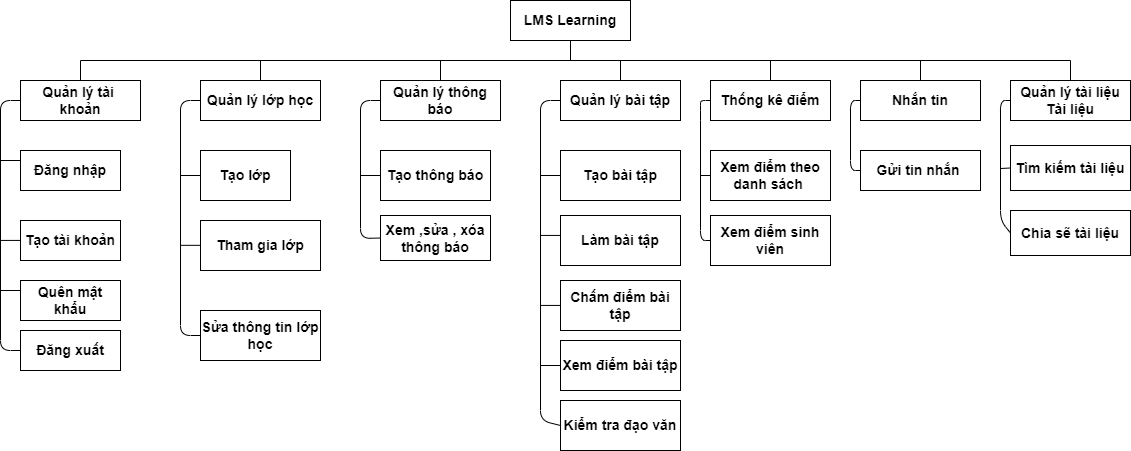
Above: Baocao/bfd.drawio.png in PTH-IT/DATN (draw.io), before the change. Source tidied: cells renumbered, new cells last; positions are measured from the earlier drawing's top-left corner, leaving out a move shared by most shapes. The source it was exported from:
```xml
<mxGraphModel>
  <root>
    <mxCell id="0" />
    <mxCell id="1" parent="0" />
    <mxCell id="2" value="LMS Learning" style="rounded=0;whiteSpace=wrap;html=1;fontStyle=1;fontSize=14;" parent="1" vertex="1">
      <mxGeometry x="510" width="120" height="40" as="geometry" />
    </mxCell>
    <mxCell id="3" value="Quản lý tài&amp;nbsp; khoản" style="rounded=0;whiteSpace=wrap;html=1;fontStyle=1;fontSize=14;" parent="1" vertex="1">
      <mxGeometry x="20" y="80" width="120" height="40" as="geometry" />
    </mxCell>
    <mxCell id="4" value="Quản lý lớp học" style="rounded=0;whiteSpace=wrap;html=1;fontStyle=1;fontSize=14;" parent="1" vertex="1">
      <mxGeometry x="200" y="80" width="120" height="40" as="geometry" />
    </mxCell>
    <mxCell id="5" value="Quản lý thông báo" style="rounded=0;whiteSpace=wrap;html=1;fontStyle=1;fontSize=14;" parent="1" vertex="1">
      <mxGeometry x="380" y="80" width="120" height="40" as="geometry" />
    </mxCell>
    <mxCell id="6" value="Quản lý bài tập" style="rounded=0;whiteSpace=wrap;html=1;fontStyle=1;fontSize=14;" parent="1" vertex="1">
      <mxGeometry x="560" y="80" width="120" height="40" as="geometry" />
    </mxCell>
    <mxCell id="7" value="Thống kê điểm" style="rounded=0;whiteSpace=wrap;html=1;fontStyle=1;fontSize=14;" parent="1" vertex="1">
      <mxGeometry x="710" y="80" width="120" height="40" as="geometry" />
    </mxCell>
    <mxCell id="8" value="Nhắn tin" style="rounded=0;whiteSpace=wrap;html=1;fontStyle=1;fontSize=14;" parent="1" vertex="1">
      <mxGeometry x="860" y="80" width="120" height="40" as="geometry" />
    </mxCell>
    <mxCell id="9" value="Quản lý tài liệu Tài liệu" style="rounded=0;whiteSpace=wrap;html=1;fontStyle=1;fontSize=14;" parent="1" vertex="1">
      <mxGeometry x="1010" y="80" width="120" height="40" as="geometry" />
    </mxCell>
    <mxCell id="10" style="endArrow=none;html=1;fontStyle=1;fontSize=14;" parent="1" edge="1">
      <mxGeometry relative="1" as="geometry">
        <mxPoint x="80" y="60" as="sourcePoint" />
        <mxPoint x="1070" y="60" as="targetPoint" />
      </mxGeometry>
    </mxCell>
    <mxCell id="11" style="endArrow=none;html=1;fontStyle=1;fontSize=14;" parent="1" edge="1" source="3">
      <mxGeometry relative="1" as="geometry">
        <mxPoint x="80" y="60" as="targetPoint" />
      </mxGeometry>
    </mxCell>
    <mxCell id="12" style="endArrow=none;html=1;entryX=0.5;entryY=0;entryDx=0;entryDy=0;fontStyle=1;fontSize=14;" parent="1" edge="1" target="9">
      <mxGeometry relative="1" as="geometry">
        <mxPoint x="1070" y="60" as="sourcePoint" />
      </mxGeometry>
    </mxCell>
    <mxCell id="13" style="endArrow=none;html=1;entryX=0.5;entryY=1;entryDx=0;entryDy=0;fontStyle=1;fontSize=14;" parent="1" edge="1" target="2">
      <mxGeometry relative="1" as="geometry">
        <mxPoint x="570" y="60" as="sourcePoint" />
      </mxGeometry>
    </mxCell>
    <mxCell id="14" style="endArrow=none;html=1;fontStyle=1;fontSize=14;" parent="1" edge="1" source="4">
      <mxGeometry relative="1" as="geometry">
        <mxPoint x="260" y="60" as="targetPoint" />
      </mxGeometry>
    </mxCell>
    <mxCell id="15" style="endArrow=none;html=1;entryX=0.5;entryY=0;entryDx=0;entryDy=0;fontStyle=1;fontSize=14;" parent="1" edge="1" target="5">
      <mxGeometry relative="1" as="geometry">
        <mxPoint x="440" y="60" as="sourcePoint" />
      </mxGeometry>
    </mxCell>
    <mxCell id="16" style="endArrow=none;html=1;exitX=0.5;exitY=0;exitDx=0;exitDy=0;fontStyle=1;fontSize=14;" parent="1" edge="1" source="6">
      <mxGeometry relative="1" as="geometry">
        <mxPoint x="620" y="60" as="targetPoint" />
      </mxGeometry>
    </mxCell>
    <mxCell id="17" style="endArrow=none;html=1;entryX=0.5;entryY=0;entryDx=0;entryDy=0;fontStyle=1;fontSize=14;" parent="1" edge="1" target="7">
      <mxGeometry relative="1" as="geometry">
        <mxPoint x="770" y="60" as="sourcePoint" />
      </mxGeometry>
    </mxCell>
    <mxCell id="18" style="endArrow=none;html=1;exitX=0.5;exitY=0;exitDx=0;exitDy=0;fontStyle=1;fontSize=14;" parent="1" edge="1" source="8">
      <mxGeometry relative="1" as="geometry">
        <mxPoint x="920" y="60" as="targetPoint" />
      </mxGeometry>
    </mxCell>
    <mxCell id="19" value="Đăng nhập" style="rounded=0;whiteSpace=wrap;html=1;fontStyle=1;fontSize=14;" parent="1" vertex="1">
      <mxGeometry x="20" y="150" width="100" height="40" as="geometry" />
    </mxCell>
    <mxCell id="20" value="Đăng xuất" style="rounded=0;whiteSpace=wrap;html=1;fontStyle=1;fontSize=14;" parent="1" vertex="1">
      <mxGeometry x="20" y="330" width="100" height="40" as="geometry" />
    </mxCell>
    <mxCell id="21" value="Tạo tài khoản" style="rounded=0;whiteSpace=wrap;html=1;fontStyle=1;fontSize=14;" parent="1" vertex="1">
      <mxGeometry x="20" y="220" width="100" height="40" as="geometry" />
    </mxCell>
    <mxCell id="22" value="Quên mật khẩu" style="rounded=0;whiteSpace=wrap;html=1;fontStyle=1;fontSize=14;" parent="1" vertex="1">
      <mxGeometry x="20" y="280" width="100" height="40" as="geometry" />
    </mxCell>
    <mxCell id="23" value="Tạo lớp" style="rounded=0;whiteSpace=wrap;html=1;fontStyle=1;fontSize=14;" parent="1" vertex="1">
      <mxGeometry x="200" y="150" width="90" height="50" as="geometry" />
    </mxCell>
    <mxCell id="24" value="Tham gia lớp" style="rounded=0;whiteSpace=wrap;html=1;fontStyle=1;fontSize=14;" parent="1" vertex="1">
      <mxGeometry x="200" y="220" width="120" height="50" as="geometry" />
    </mxCell>
    <mxCell id="25" value="Tạo thông báo" style="rounded=0;whiteSpace=wrap;html=1;fontStyle=1;fontSize=14;" parent="1" vertex="1">
      <mxGeometry x="380" y="150" width="110" height="50" as="geometry" />
    </mxCell>
    <mxCell id="26" value="Xem ,sửa , xóa thông báo" style="rounded=0;whiteSpace=wrap;html=1;fontStyle=1;fontSize=14;" parent="1" vertex="1">
      <mxGeometry x="380" y="215" width="110" height="45" as="geometry" />
    </mxCell>
    <mxCell id="27" value="Tạo bài tập" style="rounded=0;whiteSpace=wrap;html=1;fontStyle=1;fontSize=14;" parent="1" vertex="1">
      <mxGeometry x="560" y="150" width="120" height="50" as="geometry" />
    </mxCell>
    <mxCell id="28" value="Làm bài tập" style="rounded=0;whiteSpace=wrap;html=1;fontStyle=1;fontSize=14;" parent="1" vertex="1">
      <mxGeometry x="560" y="215" width="120" height="50" as="geometry" />
    </mxCell>
    <mxCell id="29" value="Chấm điểm bài tập" style="rounded=0;whiteSpace=wrap;html=1;fontStyle=1;fontSize=14;" parent="1" vertex="1">
      <mxGeometry x="560" y="280" width="120" height="50" as="geometry" />
    </mxCell>
    <mxCell id="30" value="Xem điểm theo danh sách&amp;nbsp;" style="rounded=0;whiteSpace=wrap;html=1;fontStyle=1;fontSize=14;" parent="1" vertex="1">
      <mxGeometry x="710" y="150" width="120" height="50" as="geometry" />
    </mxCell>
    <mxCell id="31" value="Xem điểm sinh viên" style="rounded=0;whiteSpace=wrap;html=1;fontStyle=1;fontSize=14;" parent="1" vertex="1">
      <mxGeometry x="710" y="215" width="120" height="50" as="geometry" />
    </mxCell>
    <mxCell id="32" value="Xem điểm bài tập" style="rounded=0;whiteSpace=wrap;html=1;fontStyle=1;fontSize=14;" parent="1" vertex="1">
      <mxGeometry x="560" y="340" width="120" height="50" as="geometry" />
    </mxCell>
    <mxCell id="33" value="Gửi tin nhắn&amp;nbsp;" style="rounded=0;whiteSpace=wrap;html=1;fontStyle=1;fontSize=14;" parent="1" vertex="1">
      <mxGeometry x="860" y="150" width="120" height="40" as="geometry" />
    </mxCell>
    <mxCell id="34" value="Tìm kiếm tài liệu" style="rounded=0;whiteSpace=wrap;html=1;fontStyle=1;fontSize=14;" parent="1" vertex="1">
      <mxGeometry x="1010" y="145" width="120" height="45" as="geometry" />
    </mxCell>
    <mxCell id="35" style="endArrow=none;html=1;entryX=0;entryY=0.5;entryDx=0;entryDy=0;exitX=0;exitY=0.5;exitDx=0;exitDy=0;fontStyle=1;fontSize=14;" parent="1" edge="1" source="20" target="3">
      <mxGeometry relative="1" as="geometry">
        <Array as="points">
          <mxPoint y="350" />
          <mxPoint y="100" />
        </Array>
      </mxGeometry>
    </mxCell>
    <mxCell id="36" style="endArrow=none;html=1;exitX=0;exitY=0.25;exitDx=0;exitDy=0;fontStyle=1;fontSize=14;" parent="1" edge="1" source="19">
      <mxGeometry relative="1" as="geometry">
        <mxPoint y="160" as="targetPoint" />
      </mxGeometry>
    </mxCell>
    <mxCell id="37" style="endArrow=none;html=1;exitX=0;exitY=0.25;exitDx=0;exitDy=0;fontStyle=1;fontSize=14;" parent="1" edge="1">
      <mxGeometry relative="1" as="geometry">
        <mxPoint x="20" y="239.9" as="sourcePoint" />
        <mxPoint y="239.9" as="targetPoint" />
      </mxGeometry>
    </mxCell>
    <mxCell id="38" style="endArrow=none;html=1;exitX=0;exitY=0.25;exitDx=0;exitDy=0;fontStyle=1;fontSize=14;" parent="1" edge="1">
      <mxGeometry relative="1" as="geometry">
        <mxPoint x="20" y="290" as="sourcePoint" />
        <mxPoint y="290" as="targetPoint" />
      </mxGeometry>
    </mxCell>
    <mxCell id="39" style="endArrow=none;html=1;entryX=0;entryY=0.5;entryDx=0;entryDy=0;exitX=0;exitY=0.5;exitDx=0;exitDy=0;fontStyle=1;fontSize=14;" parent="1" edge="1" source="51" target="4">
      <mxGeometry relative="1" as="geometry">
        <Array as="points">
          <mxPoint x="180" y="335" />
          <mxPoint x="180" y="100" />
        </Array>
      </mxGeometry>
    </mxCell>
    <mxCell id="40" style="endArrow=none;html=1;entryX=0;entryY=0.5;entryDx=0;entryDy=0;exitX=0;exitY=0.5;exitDx=0;exitDy=0;fontStyle=1;fontSize=14;" parent="1" edge="1" source="26" target="5">
      <mxGeometry relative="1" as="geometry">
        <Array as="points">
          <mxPoint x="360" y="238" />
          <mxPoint x="360" y="100" />
        </Array>
      </mxGeometry>
    </mxCell>
    <mxCell id="41" style="endArrow=none;html=1;entryX=0;entryY=0.5;entryDx=0;entryDy=0;exitX=0;exitY=0.5;exitDx=0;exitDy=0;fontStyle=1;fontSize=14;" parent="1" edge="1" source="53" target="6">
      <mxGeometry relative="1" as="geometry">
        <Array as="points">
          <mxPoint x="540" y="420" />
          <mxPoint x="540" y="100" />
        </Array>
      </mxGeometry>
    </mxCell>
    <mxCell id="42" style="endArrow=none;html=1;entryX=0;entryY=0.5;entryDx=0;entryDy=0;exitX=0;exitY=0.5;exitDx=0;exitDy=0;fontStyle=1;fontSize=14;" parent="1" edge="1" source="31" target="7">
      <mxGeometry relative="1" as="geometry">
        <Array as="points">
          <mxPoint x="700" y="240" />
          <mxPoint x="700" y="110" />
          <mxPoint x="700" y="100" />
        </Array>
      </mxGeometry>
    </mxCell>
    <mxCell id="43" style="endArrow=none;html=1;entryX=0;entryY=0.5;entryDx=0;entryDy=0;exitX=0;exitY=0.5;exitDx=0;exitDy=0;fontStyle=1;fontSize=14;" parent="1" edge="1" source="33" target="8">
      <mxGeometry relative="1" as="geometry">
        <Array as="points">
          <mxPoint x="850" y="170" />
          <mxPoint x="850" y="100" />
        </Array>
      </mxGeometry>
    </mxCell>
    <mxCell id="44" style="endArrow=none;html=1;entryX=0;entryY=0.5;entryDx=0;entryDy=0;exitX=0;exitY=0.5;exitDx=0;exitDy=0;fontStyle=1;fontSize=14;" parent="1" edge="1" source="55" target="9">
      <mxGeometry relative="1" as="geometry">
        <Array as="points">
          <mxPoint x="1000" y="220" />
          <mxPoint x="1000" y="100" />
        </Array>
      </mxGeometry>
    </mxCell>
    <mxCell id="45" style="endArrow=none;html=1;entryX=0;entryY=0.5;entryDx=0;entryDy=0;fontStyle=1;fontSize=14;" parent="1" edge="1" target="23">
      <mxGeometry relative="1" as="geometry">
        <mxPoint x="180" y="175" as="sourcePoint" />
      </mxGeometry>
    </mxCell>
    <mxCell id="46" style="endArrow=none;html=1;entryX=0;entryY=0.5;entryDx=0;entryDy=0;fontStyle=1;fontSize=14;" parent="1" edge="1" target="25">
      <mxGeometry relative="1" as="geometry">
        <mxPoint x="360" y="175" as="sourcePoint" />
      </mxGeometry>
    </mxCell>
    <mxCell id="47" style="endArrow=none;html=1;entryX=0;entryY=0.5;entryDx=0;entryDy=0;fontStyle=1;fontSize=14;" parent="1" edge="1" target="27">
      <mxGeometry relative="1" as="geometry">
        <mxPoint x="540" y="175" as="sourcePoint" />
      </mxGeometry>
    </mxCell>
    <mxCell id="48" style="endArrow=none;html=1;entryX=0;entryY=0.5;entryDx=0;entryDy=0;fontStyle=1;fontSize=14;" parent="1" edge="1">
      <mxGeometry relative="1" as="geometry">
        <mxPoint x="540" y="234.9" as="sourcePoint" />
        <mxPoint x="560" y="234.9" as="targetPoint" />
      </mxGeometry>
    </mxCell>
    <mxCell id="49" style="endArrow=none;html=1;entryX=0;entryY=0.5;entryDx=0;entryDy=0;fontStyle=1;fontSize=14;" parent="1" edge="1">
      <mxGeometry relative="1" as="geometry">
        <mxPoint x="540" y="304.9" as="sourcePoint" />
        <mxPoint x="560" y="304.9" as="targetPoint" />
      </mxGeometry>
    </mxCell>
    <mxCell id="50" style="endArrow=none;html=1;entryX=0;entryY=0.5;entryDx=0;entryDy=0;fontStyle=1;fontSize=14;" parent="1" edge="1" target="30">
      <mxGeometry relative="1" as="geometry">
        <mxPoint x="700" y="175" as="sourcePoint" />
      </mxGeometry>
    </mxCell>
    <mxCell id="51" value="Sửa thông tin lớp học" style="rounded=0;whiteSpace=wrap;html=1;fontStyle=1;fontSize=14;" parent="1" vertex="1">
      <mxGeometry x="200" y="310" width="120" height="50" as="geometry" />
    </mxCell>
    <mxCell id="52" style="endArrow=none;html=1;entryX=0;entryY=0.5;entryDx=0;entryDy=0;fontStyle=1;fontSize=14;" parent="1" edge="1">
      <mxGeometry relative="1" as="geometry">
        <mxPoint x="180" y="244.8" as="sourcePoint" />
        <mxPoint x="200" y="244.8" as="targetPoint" />
      </mxGeometry>
    </mxCell>
    <mxCell id="53" value="Kiểm tra đạo văn" style="rounded=0;whiteSpace=wrap;html=1;fontStyle=1;fontSize=14;" parent="1" vertex="1">
      <mxGeometry x="560" y="400" width="120" height="50" as="geometry" />
    </mxCell>
    <mxCell id="54" style="endArrow=none;html=1;entryX=0;entryY=0.5;entryDx=0;entryDy=0;fontStyle=1;fontSize=14;" parent="1" edge="1" target="32">
      <mxGeometry relative="1" as="geometry">
        <mxPoint x="540" y="365" as="sourcePoint" />
      </mxGeometry>
    </mxCell>
    <mxCell id="55" value="Chia sẽ tài liệu" style="rounded=0;whiteSpace=wrap;html=1;fontStyle=1;fontSize=14;" parent="1" vertex="1">
      <mxGeometry x="1010" y="210" width="120" height="45" as="geometry" />
    </mxCell>
    <mxCell id="56" style="endArrow=none;html=1;rounded=0;fontSize=14;entryX=0;entryY=0.5;entryDx=0;entryDy=0;" parent="1" edge="1" target="34">
      <mxGeometry relative="1" as="geometry">
        <mxPoint x="1000" y="168" as="sourcePoint" />
      </mxGeometry>
    </mxCell>
  </root>
</mxGraphModel>
```
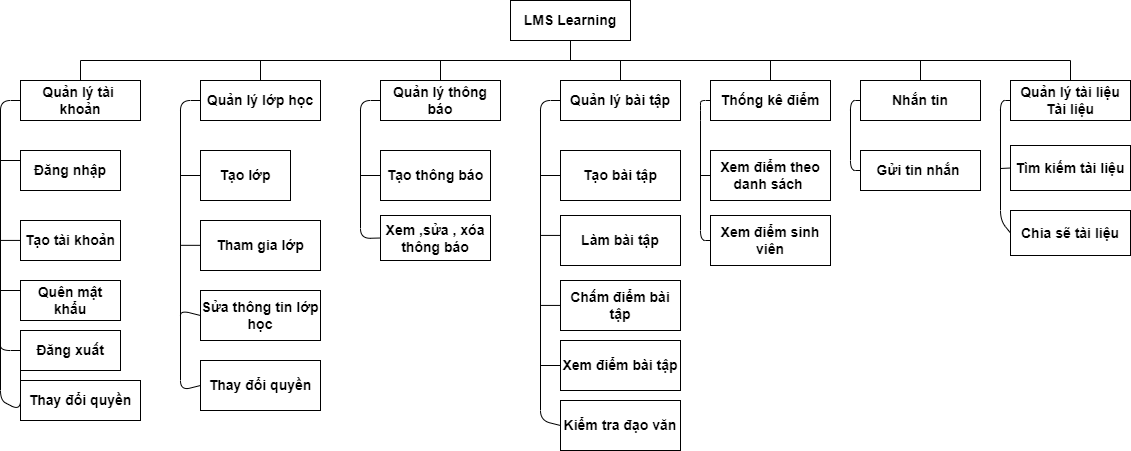
Later version of the same file.

The edit, as a diff of the source:
```diff
@@ -123,7 +123,8 @@
     <mxCell id="35" style="endArrow=none;html=1;entryX=0;entryY=0.5;entryDx=0;entryDy=0;exitX=0;exitY=0.5;exitDx=0;exitDy=0;fontStyle=1;fontSize=14;" parent="1" edge="1" source="20" target="3">
       <mxGeometry relative="1" as="geometry">
         <Array as="points">
-          <mxPoint y="350" />
+          <mxPoint x="20" y="410" />
+          <mxPoint y="400" />
           <mxPoint y="100" />
         </Array>
       </mxGeometry>
@@ -145,10 +146,10 @@
         <mxPoint y="290" as="targetPoint" />
       </mxGeometry>
     </mxCell>
-    <mxCell id="39" style="endArrow=none;html=1;entryX=0;entryY=0.5;entryDx=0;entryDy=0;exitX=0;exitY=0.5;exitDx=0;exitDy=0;fontStyle=1;fontSize=14;" parent="1" edge="1" source="51" target="4">
+    <mxCell id="39" style="endArrow=none;html=1;entryX=0;entryY=0.5;entryDx=0;entryDy=0;exitX=0;exitY=0.5;exitDx=0;exitDy=0;fontStyle=1;fontSize=14;" parent="1" edge="1" source="59" target="4">
       <mxGeometry relative="1" as="geometry">
         <Array as="points">
-          <mxPoint x="180" y="335" />
+          <mxPoint x="180" y="390" />
           <mxPoint x="180" y="100" />
         </Array>
       </mxGeometry>
@@ -227,7 +228,7 @@
       </mxGeometry>
     </mxCell>
     <mxCell id="51" value="Sửa thông tin lớp học" style="rounded=0;whiteSpace=wrap;html=1;fontStyle=1;fontSize=14;" parent="1" vertex="1">
-      <mxGeometry x="200" y="310" width="120" height="50" as="geometry" />
+      <mxGeometry x="200" y="290" width="120" height="50" as="geometry" />
     </mxCell>
     <mxCell id="52" style="endArrow=none;html=1;entryX=0;entryY=0.5;entryDx=0;entryDy=0;fontStyle=1;fontSize=14;" parent="1" edge="1">
       <mxGeometry relative="1" as="geometry">
@@ -251,5 +252,27 @@
         <mxPoint x="1000" y="168" as="sourcePoint" />
       </mxGeometry>
     </mxCell>
+    <mxCell id="57" value="Thay đổi quyền" style="rounded=0;whiteSpace=wrap;html=1;fontStyle=1;fontSize=14;" parent="1" vertex="1">
+      <mxGeometry x="20" y="380" width="120" height="40" as="geometry" />
+    </mxCell>
+    <mxCell id="58" style="endArrow=none;html=1;exitX=0;exitY=0.5;exitDx=0;exitDy=0;fontStyle=1;fontSize=14;" parent="1" edge="1" source="20">
+      <mxGeometry relative="1" as="geometry">
+        <mxPoint y="340" as="targetPoint" />
+        <Array as="points">
+          <mxPoint y="350" />
+        </Array>
+      </mxGeometry>
+    </mxCell>
+    <mxCell id="59" value="Thay đổi quyền" style="rounded=0;whiteSpace=wrap;html=1;fontStyle=1;fontSize=14;" parent="1" vertex="1">
+      <mxGeometry x="200" y="360" width="120" height="50" as="geometry" />
+    </mxCell>
+    <mxCell id="60" style="endArrow=none;html=1;entryX=0;entryY=0.5;entryDx=0;entryDy=0;fontStyle=1;fontSize=14;" parent="1" edge="1" target="51">
+      <mxGeometry relative="1" as="geometry">
+        <mxPoint x="180" y="320" as="sourcePoint" />
+        <Array as="points">
+          <mxPoint x="180" y="310" />
+        </Array>
+      </mxGeometry>
+    </mxCell>
   </root>
 </mxGraphModel>
```
